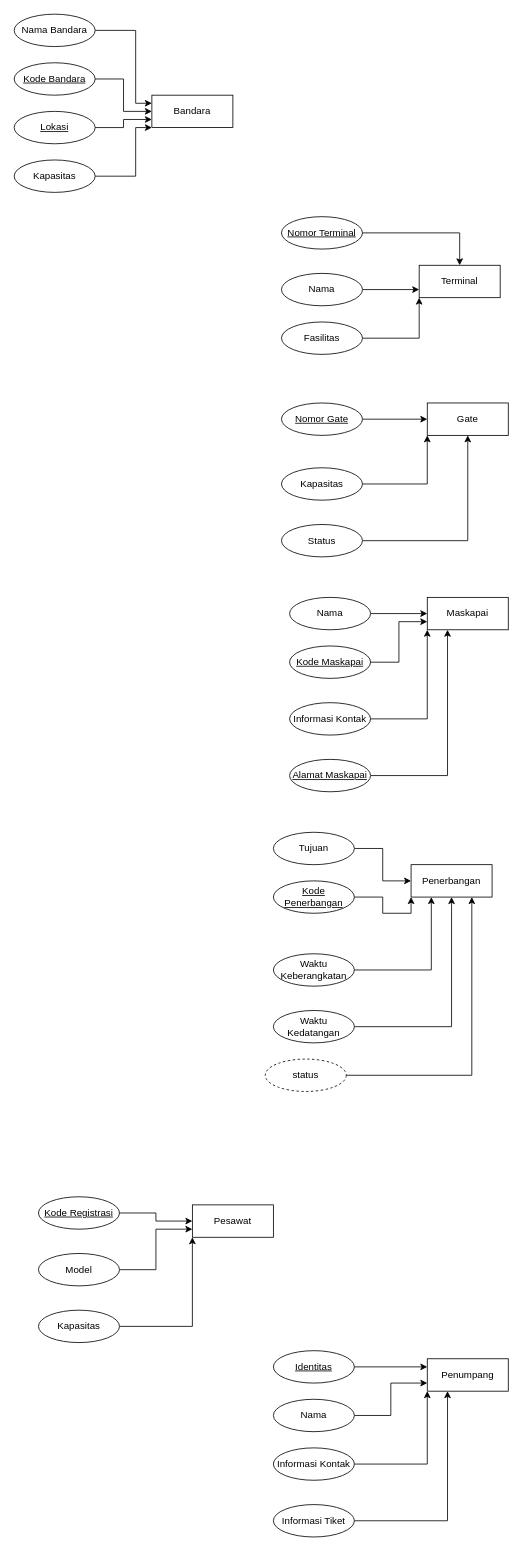
thirza258/draw.io keeps this draw.io diagram as basdatminggu2.drawio. Above is the earlier version. Source tidied: cells renumbered, new cells numbered last; positions are measured from the earlier drawing's top-left corner, leaving out a move shared by most shapes. Both pictures are drawn from the tidied source at 81%, with x=0, y=0 at pixel (14, 14).
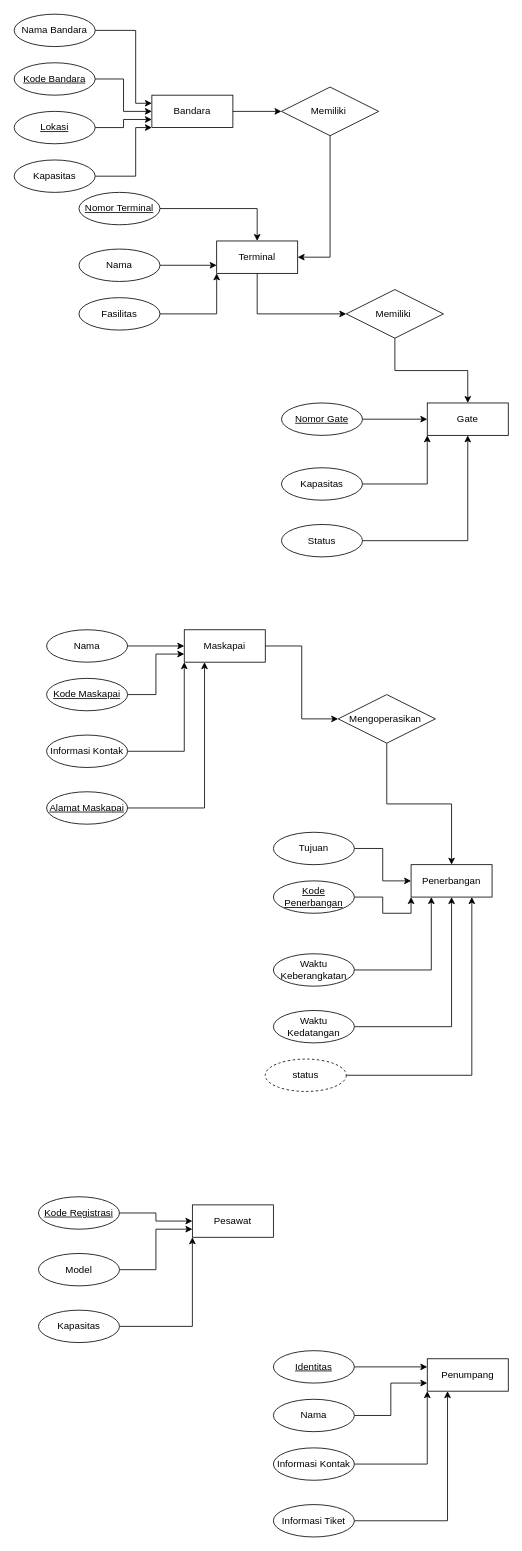
Above is the later version.

Unchanged cells that the change refers to:
```xml
<mxCell id="3" value="Bandara" style="whiteSpace=wrap;html=1;align=center;" parent="2" vertex="1">
  <mxGeometry x="170" y="100" width="100" height="40" as="geometry" />
</mxCell>
<mxCell id="13" value="Terminal" style="whiteSpace=wrap;html=1;align=center;" parent="12" vertex="1">
  <mxGeometry x="170" y="60" width="100" height="40" as="geometry" />
</mxCell>
<mxCell id="21" value="Gate" style="whiteSpace=wrap;html=1;align=center;" parent="20" vertex="1">
  <mxGeometry x="180" width="100" height="40" as="geometry" />
</mxCell>
<mxCell id="29" value="Maskapai" style="whiteSpace=wrap;html=1;align=center;" parent="28" vertex="1">
  <mxGeometry x="170" width="100" height="40" as="geometry" />
</mxCell>
<mxCell id="39" value="Penerbangan" style="whiteSpace=wrap;html=1;align=center;" parent="38" vertex="1">
  <mxGeometry x="180" y="40" width="100" height="40" as="geometry" />
</mxCell>
```

What changed in the source:
```diff
@@
     <mxCell id="12" style="group;" parent="1" vertex="1">
-      <mxGeometry x="330" y="250" width="270" height="170" as="geometry" />
+      <mxGeometry x="80" y="220" width="270" height="170" as="geometry" />
     </mxCell>
@@
     <mxCell id="28" style="group;" parent="1" vertex="1">
-      <mxGeometry x="340" y="720" width="270" height="240" as="geometry" />
+      <mxGeometry x="40" y="760" width="270" height="240" as="geometry" />
     </mxCell>
@@
+    <mxCell id="68" style="edgeStyle=orthogonalEdgeStyle;rounded=0;jettySize=auto;html=1;entryX=1;entryY=0.5;entryDx=0;entryDy=0;" parent="1" edge="1" source="69" target="13">
+      <mxGeometry relative="1" as="geometry" />
+    </mxCell>
+    <mxCell id="69" value="Memiliki&amp;nbsp;" style="shape=rhombus;perimeter=rhombusPerimeter;whiteSpace=wrap;html=1;align=center;" parent="1" vertex="1">
+      <mxGeometry x="330" y="90" width="120" height="60" as="geometry" />
+    </mxCell>
+    <mxCell id="70" style="edgeStyle=orthogonalEdgeStyle;rounded=0;jettySize=auto;html=1;" parent="1" edge="1" source="3" target="69">
+      <mxGeometry relative="1" as="geometry" />
+    </mxCell>
+    <mxCell id="71" style="edgeStyle=orthogonalEdgeStyle;rounded=0;jettySize=auto;html=1;entryX=0.5;entryY=0;entryDx=0;entryDy=0;" parent="1" edge="1" source="72" target="21">
+      <mxGeometry relative="1" as="geometry" />
+    </mxCell>
+    <mxCell id="72" value="Memiliki&amp;nbsp;" style="shape=rhombus;perimeter=rhombusPerimeter;whiteSpace=wrap;html=1;align=center;" parent="1" vertex="1">
+      <mxGeometry x="410" y="340" width="120" height="60" as="geometry" />
+    </mxCell>
+    <mxCell id="73" style="edgeStyle=orthogonalEdgeStyle;rounded=0;jettySize=auto;html=1;entryX=0;entryY=0.5;entryDx=0;entryDy=0;" parent="1" edge="1" source="13" target="72">
+      <mxGeometry relative="1" as="geometry">
+        <Array as="points">
+          <mxPoint x="300" y="370" />
+        </Array>
+      </mxGeometry>
+    </mxCell>
+    <mxCell id="74" style="edgeStyle=orthogonalEdgeStyle;rounded=0;jettySize=auto;html=1;entryX=0.5;entryY=0;entryDx=0;entryDy=0;" parent="1" edge="1" source="75" target="39">
+      <mxGeometry relative="1" as="geometry" />
+    </mxCell>
+    <mxCell id="75" value="Mengoperasikan&amp;nbsp;" style="shape=rhombus;perimeter=rhombusPerimeter;whiteSpace=wrap;html=1;align=center;" parent="1" vertex="1">
+      <mxGeometry x="400" y="840" width="120" height="60" as="geometry" />
+    </mxCell>
+    <mxCell id="76" style="edgeStyle=orthogonalEdgeStyle;rounded=0;jettySize=auto;html=1;entryX=0;entryY=0.5;entryDx=0;entryDy=0;" parent="1" edge="1" source="29" target="75">
+      <mxGeometry relative="1" as="geometry" />
+    </mxCell>
```
